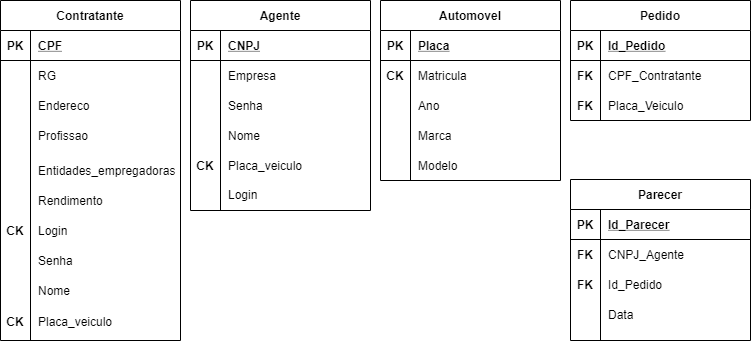
ianguelman/LDS-lab02 keeps this draw.io diagram as projeto/Modelo entidade relacionamento.png. Above is the earlier version. Source tidied: cells renumbered, new cells last; positions are measured from the earlier drawing's top-left corner, leaving out a move shared by most shapes.
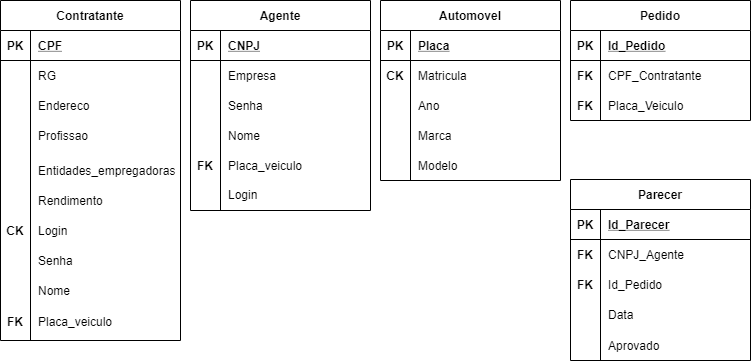
After the change.

Commit message:
Modelo entidade relacionamento atualizado

Diff of the diagram source:
```diff
@@ -183,7 +183,7 @@
       <mxGeometry x="30" width="150" height="30" as="geometry" />
     </mxCell>
     <mxCell id="62" value="Parecer" style="shape=table;startSize=30;rowLines=0;fontStyle=1;align=center;" parent="1" vertex="1">
-      <mxGeometry x="570" y="179" width="180" height="161" as="geometry" />
+      <mxGeometry x="570" y="179" width="180" height="181" as="geometry" />
     </mxCell>
     <mxCell id="63" style="shape=partialRectangle;fillColor=none;top=0;left=0;bottom=1;right=0;" parent="62" vertex="1">
       <mxGeometry y="30" width="180" height="30" as="geometry" />
@@ -221,17 +221,20 @@
     <mxCell id="74" value="Data" style="shape=partialRectangle;fillColor=none;top=0;left=0;bottom=0;right=0;align=left;spacingLeft=6;overflow=hidden;" parent="72" vertex="1">
       <mxGeometry x="30" width="150" height="30" as="geometry" />
     </mxCell>
-    <mxCell id="75" value="CK" style="shape=partialRectangle;fillColor=none;top=0;left=0;bottom=0;right=0;fontStyle=1;overflow=hidden;" parent="1" vertex="1">
+    <mxCell id="75" value="FK" style="shape=partialRectangle;fillColor=none;top=0;left=0;bottom=0;right=0;fontStyle=1;overflow=hidden;" parent="1" vertex="1">
       <mxGeometry y="306" width="30" height="30" as="geometry" />
     </mxCell>
     <mxCell id="76" value="Placa_veiculo" style="shape=partialRectangle;fillColor=none;top=0;left=0;bottom=0;right=0;align=left;spacingLeft=6;overflow=hidden;" parent="1" vertex="1">
       <mxGeometry x="30" y="306" width="150" height="30" as="geometry" />
     </mxCell>
-    <mxCell id="77" value="CK" style="shape=partialRectangle;fillColor=none;top=0;left=0;bottom=0;right=0;fontStyle=1;overflow=hidden;" parent="1" vertex="1">
+    <mxCell id="77" value="FK" style="shape=partialRectangle;fillColor=none;top=0;left=0;bottom=0;right=0;fontStyle=1;overflow=hidden;" parent="1" vertex="1">
       <mxGeometry x="190" y="150" width="30" height="30" as="geometry" />
     </mxCell>
     <mxCell id="78" value="Login" style="shape=partialRectangle;fillColor=none;top=0;left=0;bottom=0;right=0;align=left;spacingLeft=6;overflow=hidden;" parent="1" vertex="1">
       <mxGeometry x="220" y="179" width="150" height="30" as="geometry" />
     </mxCell>
+    <mxCell id="79" value="Aprovado" style="shape=partialRectangle;fillColor=none;top=0;left=0;bottom=0;right=0;align=left;spacingLeft=6;overflow=hidden;" parent="1" vertex="1">
+      <mxGeometry x="600" y="330" width="150" height="30" as="geometry" />
+    </mxCell>
   </root>
 </mxGraphModel>
```
